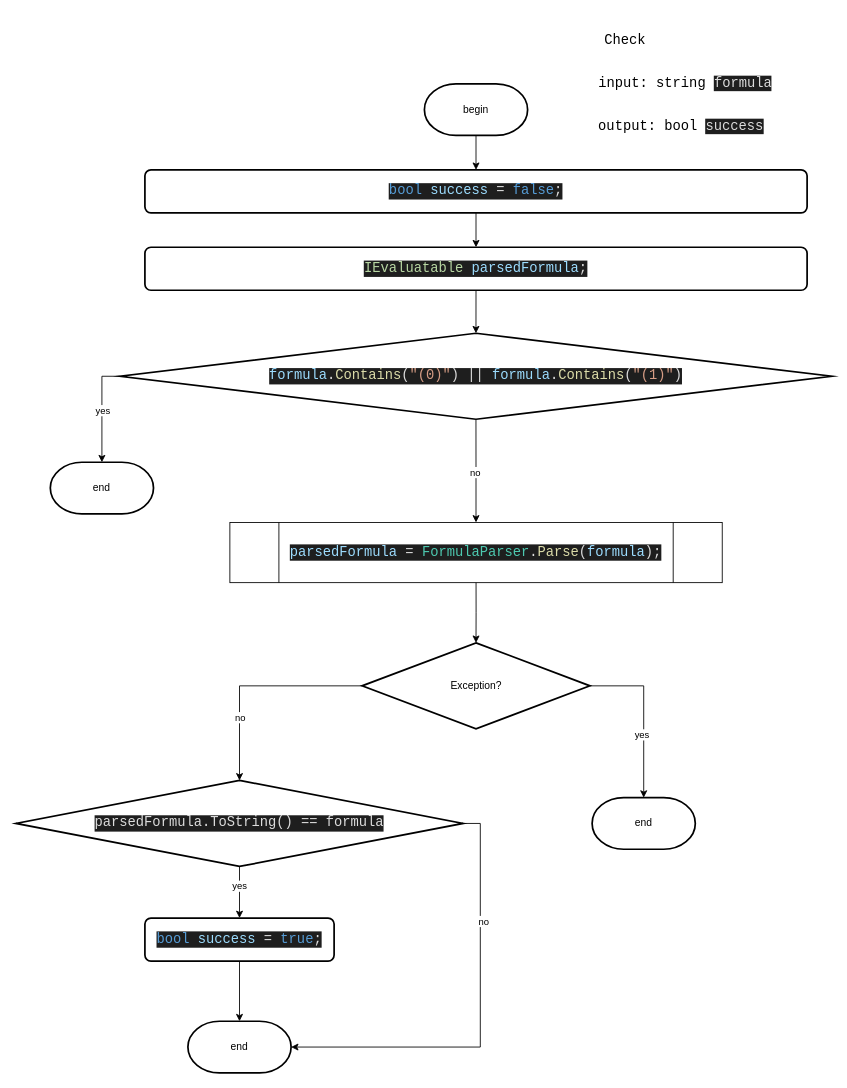
Earlier version of the draw.io diagram Diagrams/check.drawio (slavikovics/FictionalVariables). Source tidied: cells renumbered, new cells numbered last; positions are measured from the earlier drawing's top-left corner, leaving out a move shared by most shapes. Both pictures are drawn from the tidied source at 86%, with x=0, y=0 at pixel (15, 15).
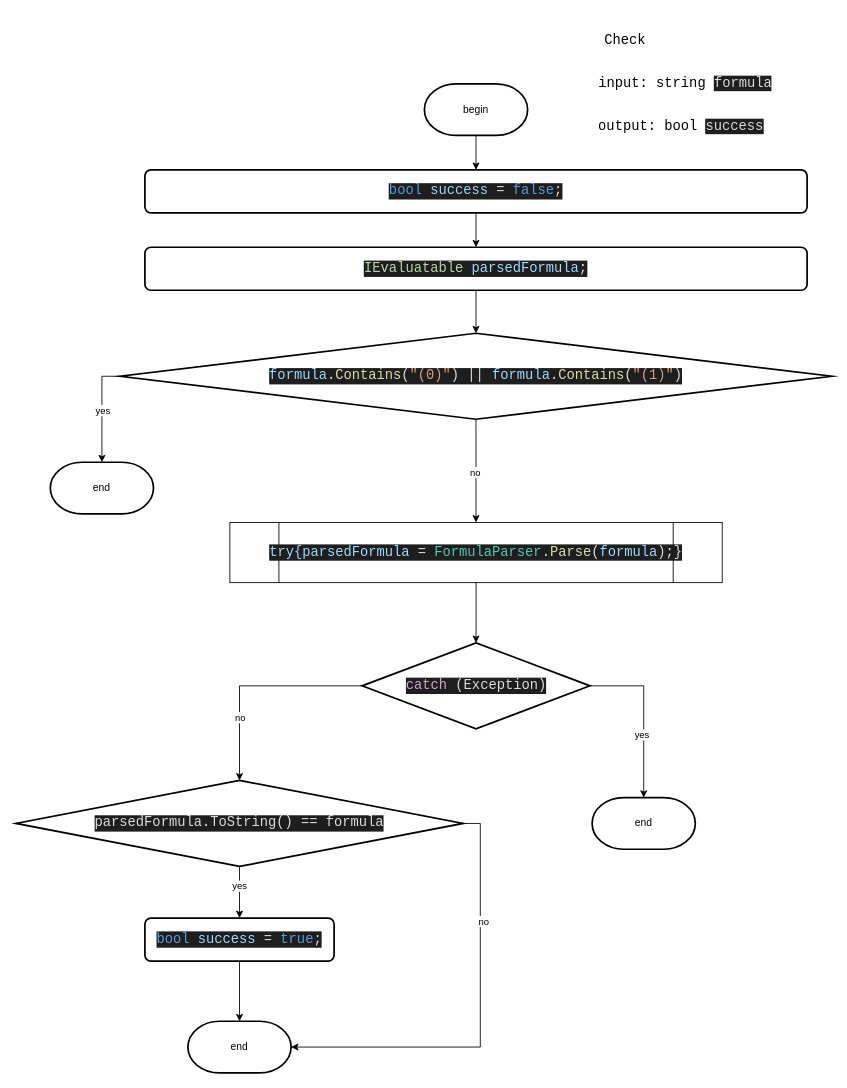
After the change.

Diff of the diagram source:
```diff
@@
-    <mxCell id="17" value="&lt;div style=&quot;background-color:#1e1e1e;color:#dcdcdc&quot;&gt;&lt;pre style=&quot;font-family:'JetBrains Mono',monospace;font-size:12.0pt;&quot;&gt;&lt;span style=&quot;color:#9cdcfe;&quot;&gt;parsedFormula &lt;/span&gt;= &lt;span style=&quot;color:#4dc9b0;&quot;&gt;FormulaParser&lt;/span&gt;.&lt;span style=&quot;color:#dcdca9;&quot;&gt;Parse&lt;/span&gt;(&lt;span style=&quot;color:#9cdcfe;&quot;&gt;formula&lt;/span&gt;);&lt;/pre&gt;&lt;/div&gt;" style="shape=process;whiteSpace=wrap;html=1;backgroundOutline=1;" parent="1" vertex="1">
+    <mxCell id="17" value="&lt;div style=&quot;background-color:#1e1e1e;color:#dcdcdc&quot;&gt;&lt;pre style=&quot;font-family:'JetBrains Mono',monospace;font-size:12.0pt;&quot;&gt;&lt;span style=&quot;color:#9cdcfe;&quot;&gt;try{parsedFormula &lt;/span&gt;= &lt;span style=&quot;color:#4dc9b0;&quot;&gt;FormulaParser&lt;/span&gt;.&lt;span style=&quot;color:#dcdca9;&quot;&gt;Parse&lt;/span&gt;(&lt;span style=&quot;color:#9cdcfe;&quot;&gt;formula&lt;/span&gt;);}&lt;/pre&gt;&lt;/div&gt;" style="shape=process;whiteSpace=wrap;html=1;backgroundOutline=1;" parent="1" vertex="1">
       <mxGeometry x="248.8" y="590" width="572.5" height="70" as="geometry" />
     </mxCell>
@@
-    <mxCell id="20" value="Exception?" style="strokeWidth=2;html=1;shape=mxgraph.flowchart.decision;whiteSpace=wrap;" parent="1" vertex="1">
+    <mxCell id="20" value="&lt;div style=&quot;background-color:#1e1e1e;color:#dcdcdc&quot;&gt;&lt;pre style=&quot;font-family:'JetBrains Mono',monospace;font-size:12.0pt;&quot;&gt;&lt;span style=&quot;color:#d8a0df;&quot;&gt;catch &lt;/span&gt;(Exception)&lt;/pre&gt;&lt;/div&gt;" style="strokeWidth=2;html=1;shape=mxgraph.flowchart.decision;whiteSpace=wrap;" parent="1" vertex="1">
       <mxGeometry x="402.5" y="730" width="265" height="100" as="geometry" />
     </mxCell>
```
